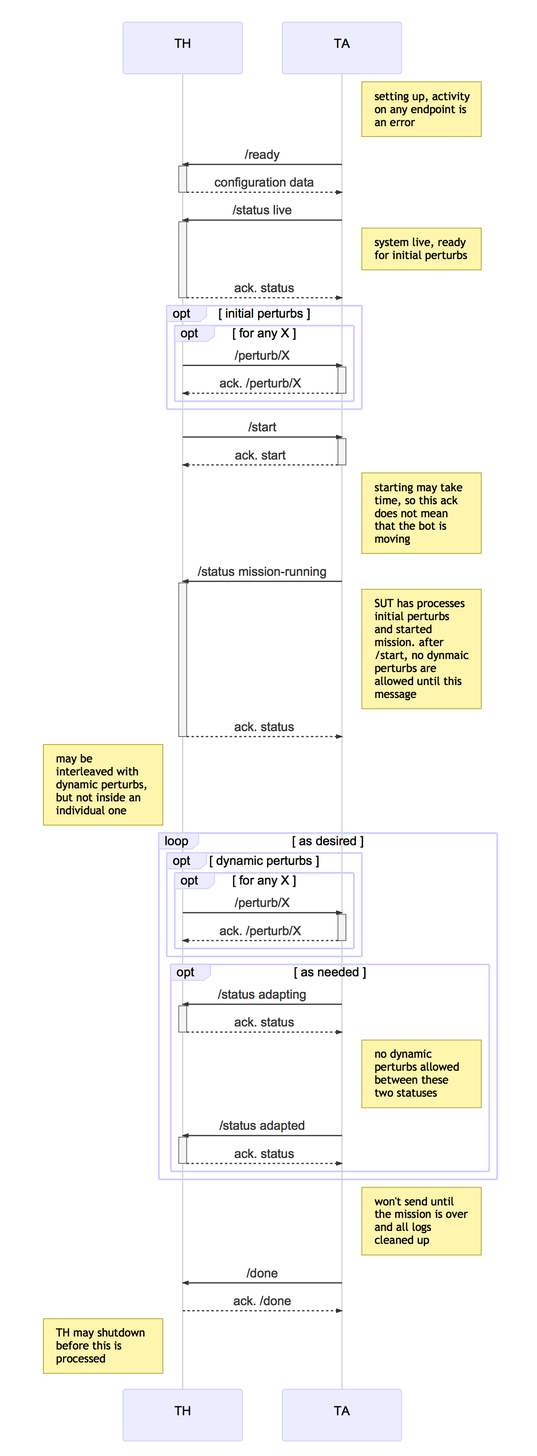
cmu-mars/cmu-robotics keeps this Mermaid diagram as documents/sequences/cp3.mmd.png. Above is the earlier version. Its source is kept beside it as documents/sequences/cp3.mmd.
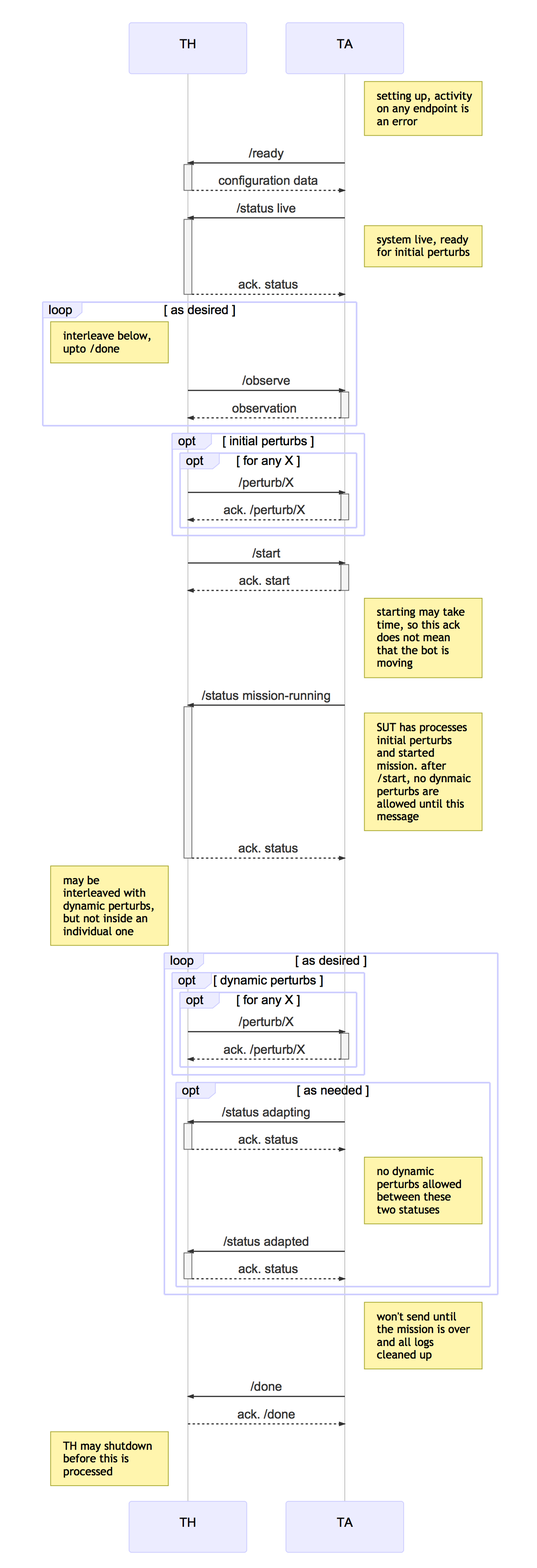
Above is the later version.

Diff of the diagram source:
```diff
@@ -21,6 +21,12 @@
         TH ->>+ TA: /start
         TA -->>- TH: ack. start
         Note right of TA: starting may take time, so this ack does not mean that the bot is moving
+
+	loop as desired
+	     Note left of TH: interleave below, upto /done
+	     TH ->>+ TA: /observe
+	     TA -->>- TH: observation
+	end
 
         TA ->>+ TH: /status mission-running
 	Note right of TA: SUT has processes initial perturbs and started mission. after /start, no dynmaic perturbs are allowed until this message
```
